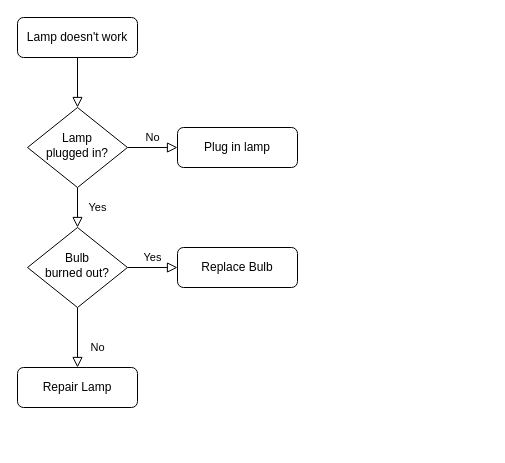
This is Untitled Diagram.drawio from chao1405031/test, a draw.io file, before an edit. Source tidied: cells renumbered, new cells numbered last; positions are measured from the earlier drawing's top-left corner, leaving out a move shared by most shapes. Both pictures are drawn from the tidied source at 100%, with x=0, y=0 at pixel (17, 17).
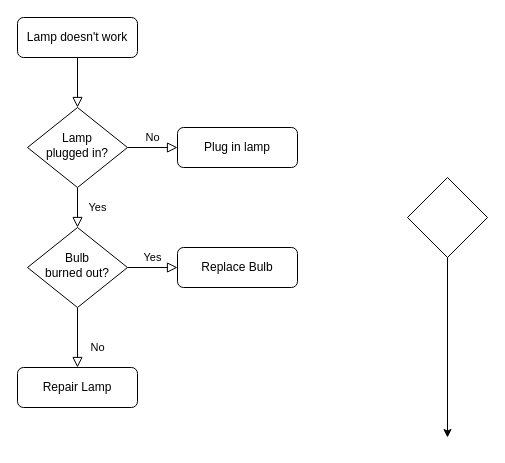
After the change.

The edit, as a diff of the source:
```diff
@@
 <mxGraphModel>
   <root>
     <mxCell id="0" />
     <mxCell id="1" parent="0" />
     <mxCell id="2" style="rounded=0;html=1;jettySize=auto;fontSize=11;endArrow=block;endFill=0;endSize=8;strokeWidth=1;shadow=0;labelBackgroundColor=none;edgeStyle=orthogonalEdgeStyle;" parent="1" edge="1" source="3" target="6">
       <mxGeometry relative="1" as="geometry" />
     </mxCell>
     <mxCell id="3" value="Lamp doesn't work" style="rounded=1;whiteSpace=wrap;html=1;fontSize=12;glass=0;strokeWidth=1;shadow=0;" parent="1" vertex="1">
       <mxGeometry width="120" height="40" as="geometry" />
     </mxCell>
     <mxCell id="4" value="Yes" style="rounded=0;html=1;jettySize=auto;fontSize=11;endArrow=block;endFill=0;endSize=8;strokeWidth=1;shadow=0;labelBackgroundColor=none;edgeStyle=orthogonalEdgeStyle;" parent="1" edge="1" source="6" target="10">
       <mxGeometry y="20" relative="1" as="geometry" />
     </mxCell>
     <mxCell id="5" value="No" style="edgeStyle=orthogonalEdgeStyle;rounded=0;html=1;jettySize=auto;fontSize=11;endArrow=block;endFill=0;endSize=8;strokeWidth=1;shadow=0;labelBackgroundColor=none;" parent="1" edge="1" source="6" target="7">
       <mxGeometry y="10" relative="1" as="geometry" />
     </mxCell>
     <mxCell id="6" value="Lamp&lt;br&gt;plugged in?" style="rhombus;whiteSpace=wrap;html=1;shadow=0;fontFamily=Helvetica;fontSize=12;align=center;strokeWidth=1;spacing=6;spacingTop=-4;" parent="1" vertex="1">
       <mxGeometry x="10" y="90" width="100" height="80" as="geometry" />
     </mxCell>
     <mxCell id="7" value="Plug in lamp" style="rounded=1;whiteSpace=wrap;html=1;fontSize=12;glass=0;strokeWidth=1;shadow=0;" parent="1" vertex="1">
       <mxGeometry x="160" y="110" width="120" height="40" as="geometry" />
     </mxCell>
     <mxCell id="8" value="No" style="rounded=0;html=1;jettySize=auto;fontSize=11;endArrow=block;endFill=0;endSize=8;strokeWidth=1;shadow=0;labelBackgroundColor=none;edgeStyle=orthogonalEdgeStyle;" parent="1" edge="1" source="10" target="11">
       <mxGeometry x="0.33" y="20" relative="1" as="geometry" />
     </mxCell>
     <mxCell id="9" value="Yes" style="edgeStyle=orthogonalEdgeStyle;rounded=0;html=1;jettySize=auto;fontSize=11;endArrow=block;endFill=0;endSize=8;strokeWidth=1;shadow=0;labelBackgroundColor=none;" parent="1" edge="1" source="10" target="12">
       <mxGeometry y="10" relative="1" as="geometry" />
     </mxCell>
     <mxCell id="10" value="Bulb&lt;br&gt;burned out?" style="rhombus;whiteSpace=wrap;html=1;shadow=0;fontFamily=Helvetica;fontSize=12;align=center;strokeWidth=1;spacing=6;spacingTop=-4;" parent="1" vertex="1">
       <mxGeometry x="10" y="210" width="100" height="80" as="geometry" />
     </mxCell>
     <mxCell id="11" value="Repair Lamp" style="rounded=1;whiteSpace=wrap;html=1;fontSize=12;glass=0;strokeWidth=1;shadow=0;" parent="1" vertex="1">
       <mxGeometry y="350" width="120" height="40" as="geometry" />
     </mxCell>
     <mxCell id="12" value="Replace Bulb" style="rounded=1;whiteSpace=wrap;html=1;fontSize=12;glass=0;strokeWidth=1;shadow=0;" parent="1" vertex="1">
       <mxGeometry x="160" y="230" width="120" height="40" as="geometry" />
     </mxCell>
+    <mxCell id="13" style="rhombus;whiteSpace=wrap;html=1;" parent="1" vertex="1">
+      <mxGeometry x="390" y="160" width="80" height="80" as="geometry" />
+    </mxCell>
+    <mxCell id="14" style="endArrow=classic;html=1;exitX=0.5;exitY=1;exitDx=0;exitDy=0;" parent="1" edge="1" source="13">
+      <mxGeometry relative="1" as="geometry">
+        <mxPoint x="430" y="420" as="targetPoint" />
+      </mxGeometry>
+    </mxCell>
   </root>
 </mxGraphModel>
```
